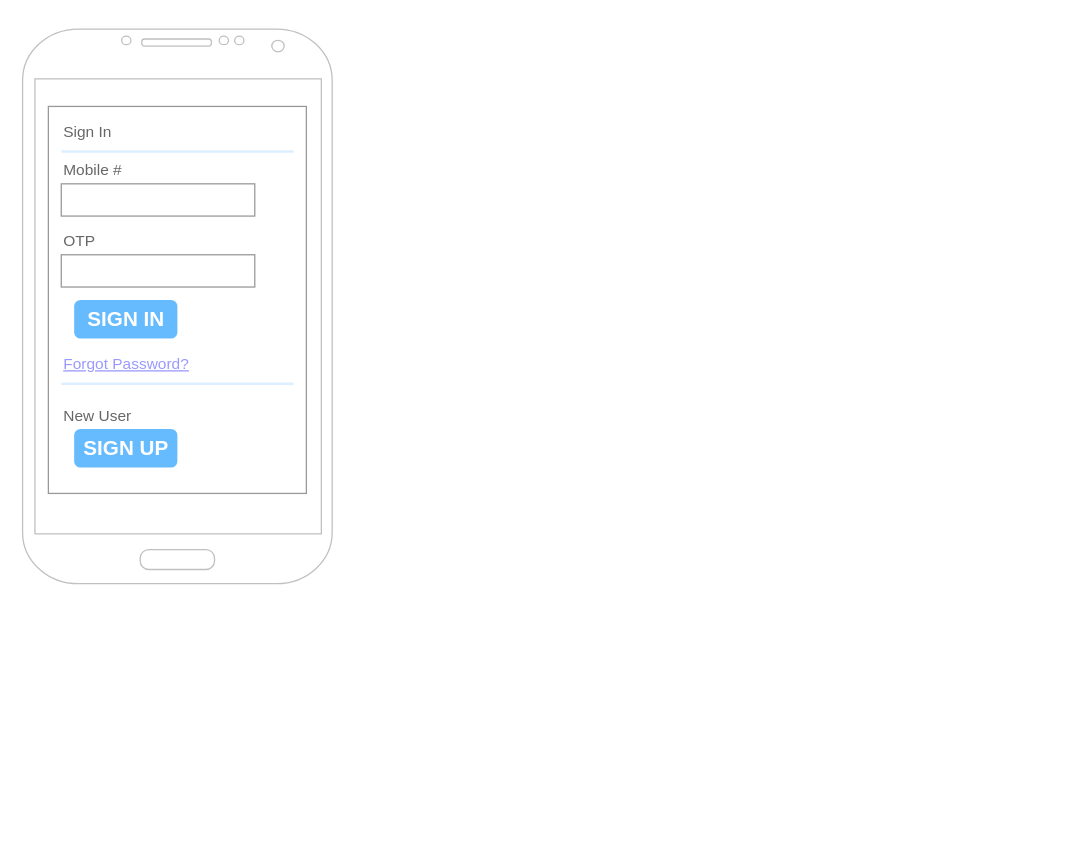
Above: print-services.drawio in appsparkler/draw.io (draw.io), before the change. Source tidied: cells renumbered, new cells numbered last; positions are measured from the earlier drawing's top-left corner, leaving out a move shared by most shapes. Both pictures are drawn from the tidied source at 129%, with x=0, y=0 at pixel (22, 28). Pictures stored in the file or linked from it are replaced by grey dashed boxes.
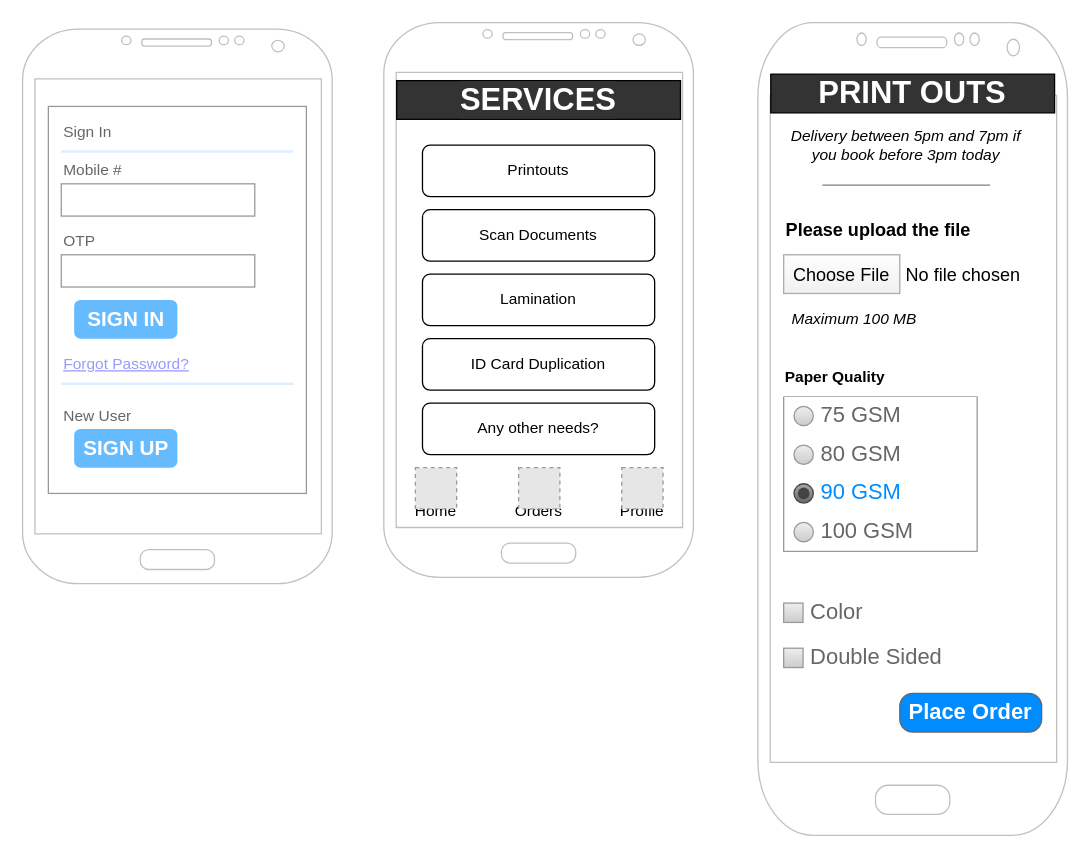
The same diagram, later.

Change to the diagram source:
```diff
@@
+    <mxCell id="15" style="verticalLabelPosition=bottom;verticalAlign=top;html=1;shadow=0;dashed=0;strokeWidth=1;shape=mxgraph.android.phone2;strokeColor=#c0c0c0;gradientColor=none;fillColor=default;fillColor3=default;" parent="1" vertex="1">
+      <mxGeometry x="280" y="-5" width="240" height="430" as="geometry" />
+    </mxCell>
+    <mxCell id="16" style="group;" parent="1" vertex="1">
+      <mxGeometry x="380" y="340" width="41" height="40" as="geometry" />
+    </mxCell>
+    <mxCell id="17" value="Orders" style="text;html=1;whiteSpace=wrap;strokeColor=none;fillColor=none;align=left;verticalAlign=top;rounded=0;fontSize=12;" parent="16" vertex="1">
+      <mxGeometry y="20" width="41" height="20" as="geometry" />
+    </mxCell>
+    <mxCell id="18" style="fillColor=#E6E6E6;strokeColor=#999999;dashed=1;verticalLabelPosition=bottom;labelBackgroundColor=default;verticalAlign=top;" parent="16" vertex="1">
+      <mxGeometry x="4.5" width="32" height="32" as="geometry" />
+    </mxCell>
+    <mxCell id="19" value="Printouts" style="rounded=1;whiteSpace=wrap;html=1;" parent="1" vertex="1">
+      <mxGeometry x="310" y="90" width="180" height="40" as="geometry" />
+    </mxCell>
+    <mxCell id="20" value="Scan Documents" style="rounded=1;whiteSpace=wrap;html=1;" parent="1" vertex="1">
+      <mxGeometry x="310" y="140" width="180" height="40" as="geometry" />
+    </mxCell>
+    <mxCell id="21" value="Lamination" style="rounded=1;whiteSpace=wrap;html=1;" parent="1" vertex="1">
+      <mxGeometry x="310" y="190" width="180" height="40" as="geometry" />
+    </mxCell>
+    <mxCell id="22" value="ID Card Duplication" style="rounded=1;whiteSpace=wrap;html=1;" parent="1" vertex="1">
+      <mxGeometry x="310" y="240" width="180" height="40" as="geometry" />
+    </mxCell>
+    <mxCell id="23" value="Any other needs?" style="rounded=1;whiteSpace=wrap;html=1;" parent="1" vertex="1">
+      <mxGeometry x="310" y="290" width="180" height="40" as="geometry" />
+    </mxCell>
+    <mxCell id="24" value="&lt;b&gt;&lt;font style=&quot;font-size: 24px;&quot;&gt;SERVICES&lt;/font&gt;&lt;/b&gt;" style="rounded=0;whiteSpace=wrap;html=1;labelBackgroundColor=#333333;fillColor=#333333;fontColor=#FFFFFF;" parent="1" vertex="1">
+      <mxGeometry x="290" y="40" width="220" height="30" as="geometry" />
+    </mxCell>
+    <mxCell id="25" style="group;" parent="1" vertex="1">
+      <mxGeometry x="300" y="340" width="41" height="40" as="geometry" />
+    </mxCell>
+    <mxCell id="26" value="Home" style="text;html=1;whiteSpace=wrap;strokeColor=none;fillColor=none;align=center;verticalAlign=top;rounded=0;fontSize=12;" parent="25" vertex="1">
+      <mxGeometry y="20" width="41" height="20" as="geometry" />
+    </mxCell>
+    <mxCell id="27" style="fillColor=#E6E6E6;strokeColor=#999999;dashed=1;verticalLabelPosition=bottom;labelBackgroundColor=default;verticalAlign=top;" parent="25" vertex="1">
+      <mxGeometry x="4.5" width="32" height="32" as="geometry" />
+    </mxCell>
+    <mxCell id="28" style="group;" parent="1" vertex="1">
+      <mxGeometry x="460" y="340" width="41" height="40" as="geometry" />
+    </mxCell>
+    <mxCell id="29" value="&lt;div align=&quot;center&quot;&gt;Profile&lt;/div&gt;" style="text;html=1;whiteSpace=wrap;strokeColor=none;fillColor=none;align=center;verticalAlign=top;rounded=0;fontSize=12;" parent="28" vertex="1">
+      <mxGeometry y="20" width="41" height="20" as="geometry" />
+    </mxCell>
+    <mxCell id="30" style="fillColor=#E6E6E6;strokeColor=#999999;dashed=1;verticalLabelPosition=bottom;labelBackgroundColor=default;verticalAlign=top;" parent="28" vertex="1">
+      <mxGeometry x="4.5" width="32" height="32" as="geometry" />
+    </mxCell>
+    <mxCell id="31" style="verticalLabelPosition=bottom;verticalAlign=top;html=1;shadow=0;dashed=0;strokeWidth=1;shape=mxgraph.android.phone2;strokeColor=#c0c0c0;gradientColor=none;fillColor=default;fillColor3=default;" parent="1" vertex="1">
+      <mxGeometry x="570" y="-5" width="240" height="630" as="geometry" />
+    </mxCell>
+    <mxCell id="32" value="&lt;b&gt;&lt;font style=&quot;font-size: 24px;&quot;&gt;PRINT OUTS&lt;/font&gt;&lt;/b&gt;" style="rounded=0;whiteSpace=wrap;html=1;labelBackgroundColor=#333333;fillColor=#333333;fontColor=#FFFFFF;" parent="1" vertex="1">
+      <mxGeometry x="580" y="35" width="220" height="30" as="geometry" />
+    </mxCell>
+    <mxCell id="33" value="Please upload the file" style="fillColor=none;strokeColor=none;align=left;fontSize=14;fontStyle=1;" parent="1" vertex="1">
+      <mxGeometry x="590" y="135" width="150" height="40" as="geometry" />
+    </mxCell>
+    <mxCell id="34" value="Choose File" style="fillColor=#FEFEFE;strokeColor=#AAAAAA;fontSize=14;gradientColor=#F0F0F0;" parent="1" vertex="1">
+      <mxGeometry x="590" y="175" width="90" height="30" as="geometry" />
+    </mxCell>
+    <mxCell id="35" value="No file chosen" style="fillColor=none;strokeColor=none;align=left;fontSize=14;spacing=5;" parent="1" vertex="1">
+      <mxGeometry x="680" y="175" width="100" height="30" as="geometry" />
+    </mxCell>
+    <mxCell id="36" value="Maximum 100 MB" style="text;html=1;whiteSpace=wrap;strokeColor=none;fillColor=none;align=center;verticalAlign=middle;rounded=0;fontStyle=2;" parent="1" vertex="1">
+      <mxGeometry x="590" y="210" width="110" height="30" as="geometry" />
+    </mxCell>
+    <mxCell id="37" style="swimlane;strokeColor=#999999;swimlaneFillColor=#FFFFFF;fillColor=#ffffff;fontColor=#666666;fontStyle=0;horizontal=1;startSize=0;whiteSpace=wrap;html=1;" parent="1" vertex="1">
+      <mxGeometry x="590" y="285" width="150" height="120" as="geometry" />
+    </mxCell>
+    <mxCell id="38" value="75 GSM" style="text;strokeColor=none;align=left;verticalAlign=middle;spacingLeft=27;spacingRight=10;overflow=hidden;whiteSpace=wrap;html=1;fillColor=none;fontColor=inherit;fontSize=17;" parent="37" vertex="1">
+      <mxGeometry width="150" height="30" as="geometry" />
+    </mxCell>
+    <mxCell id="39" style="shape=ellipse;fillColor=#EEEEEE;strokeColor=#999999;gradientColor=#cccccc;html=1;" parent="38" vertex="1">
+      <mxGeometry y="0.5" width="15" height="15" relative="1" as="geometry">
+        <mxPoint x="8" y="-7.5" as="offset" />
+      </mxGeometry>
+    </mxCell>
+    <mxCell id="40" value="80 GSM" style="text;strokeColor=none;align=left;verticalAlign=middle;spacingLeft=27;spacingRight=10;overflow=hidden;whiteSpace=wrap;html=1;rSize=5;fillColor=none;fontColor=inherit;fontSize=17;" parent="37" vertex="1">
+      <mxGeometry y="30" width="150" height="30" as="geometry" />
+    </mxCell>
+    <mxCell id="41" style="shape=ellipse;fillColor=#EEEEEE;strokeColor=#999999;gradientColor=#cccccc;html=1;" parent="40" vertex="1">
+      <mxGeometry y="0.5" width="15" height="15" relative="1" as="geometry">
+        <mxPoint x="8" y="-7.5" as="offset" />
+      </mxGeometry>
+    </mxCell>
+    <mxCell id="42" value="90 GSM" style="text;strokeColor=none;align=left;verticalAlign=middle;spacingLeft=27;spacingRight=10;overflow=hidden;whiteSpace=wrap;html=1;rSize=5;fillColor=none;fontColor=#008CFF;fontSize=17;" parent="37" vertex="1">
+      <mxGeometry y="60" width="150" height="30" as="geometry" />
+    </mxCell>
+    <mxCell id="43" style="shape=ellipse;fillColor=#AAAAAA;gradientColor=#666666;strokeColor=#444444;html=1;" parent="42" vertex="1">
+      <mxGeometry y="0.5" width="15" height="15" relative="1" as="geometry">
+        <mxPoint x="8" y="-7.5" as="offset" />
+      </mxGeometry>
+    </mxCell>
+    <mxCell id="44" style="shape=ellipse;fillColor=#444444;strokeColor=none;html=1;" parent="43" vertex="1">
+      <mxGeometry x="0.2" y="0.2" width="9" height="9" relative="1" as="geometry" />
+    </mxCell>
+    <mxCell id="45" value="100 GSM" style="text;strokeColor=none;align=left;verticalAlign=middle;spacingLeft=27;spacingRight=10;overflow=hidden;whiteSpace=wrap;html=1;fillColor=none;fontColor=inherit;fontSize=17;" parent="37" vertex="1">
+      <mxGeometry y="90" width="150" height="30" as="geometry" />
+    </mxCell>
+    <mxCell id="46" style="shape=ellipse;fillColor=#EEEEEE;strokeColor=#999999;gradientColor=#cccccc;html=1;" parent="45" vertex="1">
+      <mxGeometry y="0.5" width="15" height="15" relative="1" as="geometry">
+        <mxPoint x="8" y="-7.5" as="offset" />
+      </mxGeometry>
+    </mxCell>
+    <mxCell id="47" value="Paper Quality" style="text;html=1;whiteSpace=wrap;strokeColor=none;fillColor=none;align=center;verticalAlign=middle;rounded=0;fontStyle=1;" parent="1" vertex="1">
+      <mxGeometry x="590" y="255" width="80" height="30" as="geometry" />
+    </mxCell>
+    <mxCell id="48" value="Color" style="strokeWidth=1;shadow=0;dashed=0;align=center;html=1;shape=mxgraph.mockup.forms.rrect;rSize=0;fillColor=#eeeeee;strokeColor=#999999;gradientColor=#cccccc;align=left;spacingLeft=4;fontSize=17;fontColor=#666666;labelPosition=right;" parent="1" vertex="1">
+      <mxGeometry x="590" y="445" width="15" height="15" as="geometry" />
+    </mxCell>
+    <mxCell id="49" value="Double Sided" style="strokeWidth=1;shadow=0;dashed=0;align=center;html=1;shape=mxgraph.mockup.forms.rrect;rSize=0;fillColor=#eeeeee;strokeColor=#999999;gradientColor=#cccccc;align=left;spacingLeft=4;fontSize=17;fontColor=#666666;labelPosition=right;" parent="1" vertex="1">
+      <mxGeometry x="590" y="480" width="15" height="15" as="geometry" />
+    </mxCell>
+    <mxCell id="50" value="Delivery between 5pm and 7pm if you book before 3pm today" style="text;html=1;whiteSpace=wrap;strokeColor=none;fillColor=none;align=center;verticalAlign=middle;rounded=0;fontStyle=2;" parent="1" vertex="1">
+      <mxGeometry x="590" y="65" width="190" height="50" as="geometry" />
+    </mxCell>
+    <mxCell id="51" style="endArrow=none;html=1;rounded=0;strokeColor=#808080;" parent="1" edge="1">
+      <mxGeometry relative="1" as="geometry">
+        <mxPoint x="750" y="121" as="sourcePoint" />
+        <mxPoint x="620" y="121" as="targetPoint" />
+      </mxGeometry>
+    </mxCell>
+    <mxCell id="52" value="Place Order" style="strokeWidth=1;shadow=0;dashed=0;align=center;html=1;shape=mxgraph.mockup.buttons.button;strokeColor=#666666;fontColor=#ffffff;mainText=;buttonStyle=round;fontSize=17;fontStyle=1;fillColor=#008cff;whiteSpace=wrap;" parent="1" vertex="1">
+      <mxGeometry x="680" y="515" width="110" height="30" as="geometry" />
+    </mxCell>
```
